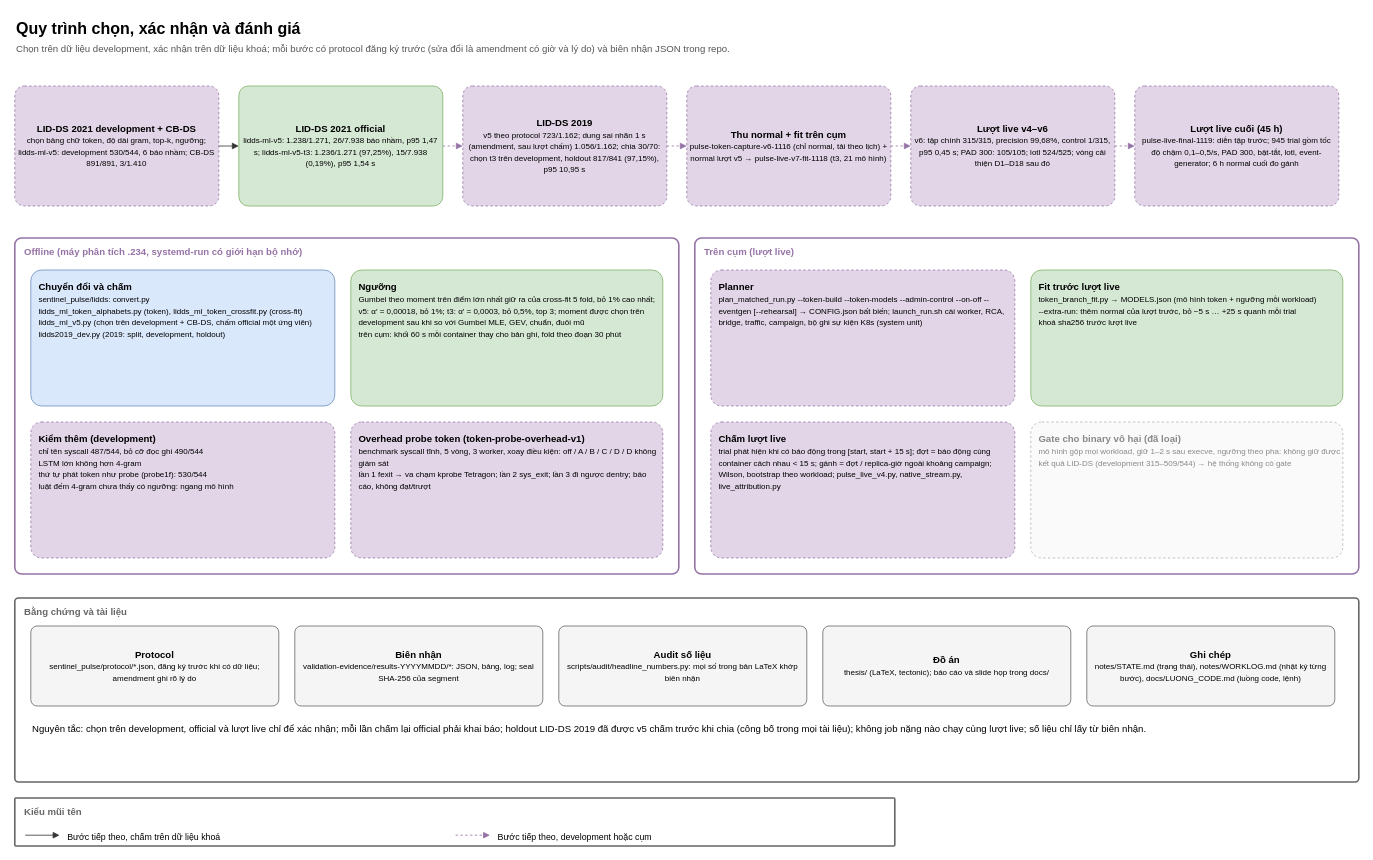
Above: page "5. Học và đánh giá" (5 of 5) of docs/architecture/sentinel-pulse-architecture.drawio in tndat-dev/eBPF-project (draw.io), before the change. Source tidied: cells renumbered, new cells numbered last; positions are measured from the earlier drawing's top-left corner, leaving out a move shared by most shapes. Both pictures are drawn from the tidied source at 80%, with x=0, y=0 at pixel (14, 14).
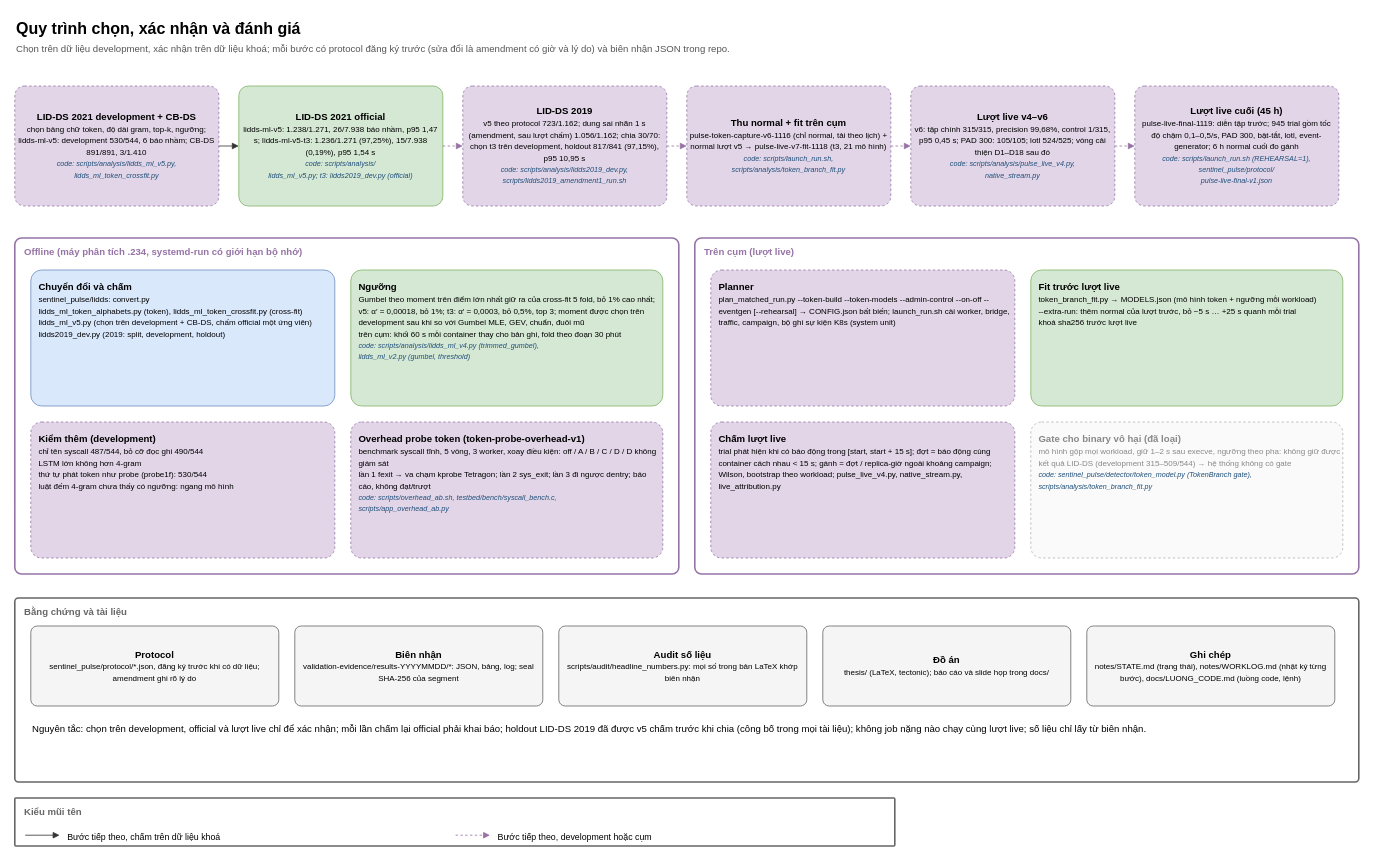
The same page after the edit.

What changed in the source:
```diff
@@
-    <mxCell id="4" value="&lt;b&gt;LID-DS 2021 development + CB-DS&lt;/b&gt;&lt;br&gt;&lt;font style=&quot;font-size:10px&quot;&gt;chọn bảng chữ token, độ dài gram, top-k, ngưỡng; lidds-ml-v5: development 530/544, 6 báo nhầm; CB-DS 891/891, 3/1.410&lt;/font&gt;" style="rounded=1;whiteSpace=wrap;html=1;fillColor=#E1D5E7;strokeColor=#9673A6;dashed=1;arcSize=8;fontSize=12;align=center;spacing=4;" parent="1" vertex="1">
+    <mxCell id="4" value="&lt;b&gt;LID-DS 2021 development + CB-DS&lt;/b&gt;&lt;br&gt;&lt;font style=&quot;font-size:10px&quot;&gt;chọn bảng chữ token, độ dài gram, top-k, ngưỡng; lidds-ml-v5: development 530/544, 6 báo nhầm; CB-DS 891/891, 3/1.410&lt;/font&gt;&lt;br&gt;&lt;font style=&quot;font-size:9px&quot; color=&quot;#1F4E79&quot;&gt;&lt;i&gt;code: scripts/analysis/lidds_ml_v5.py,&lt;br&gt;lidds_ml_token_crossfit.py&lt;/i&gt;&lt;/font&gt;" style="rounded=1;whiteSpace=wrap;html=1;fillColor=#E1D5E7;strokeColor=#9673A6;dashed=1;arcSize=8;fontSize=12;align=center;spacing=4;" parent="1" vertex="1">
       <mxGeometry y="90" width="255" height="150" as="geometry" />
     </mxCell>
-    <mxCell id="5" value="&lt;b&gt;LID-DS 2021 official&lt;/b&gt;&lt;br&gt;&lt;font style=&quot;font-size:10px&quot;&gt;lidds-ml-v5: 1.238/1.271, 26/7.938 báo nhầm, p95 1,47 s; lidds-ml-v5-t3: 1.236/1.271 (97,25%), 15/7.938 (0,19%), p95 1,54 s&lt;/font&gt;" style="rounded=1;whiteSpace=wrap;html=1;fillColor=#D5E8D4;strokeColor=#82B366;arcSize=8;fontSize=12;align=center;spacing=4;" parent="1" vertex="1">
+    <mxCell id="5" value="&lt;b&gt;LID-DS 2021 official&lt;/b&gt;&lt;br&gt;&lt;font style=&quot;font-size:10px&quot;&gt;lidds-ml-v5: 1.238/1.271, 26/7.938 báo nhầm, p95 1,47 s; lidds-ml-v5-t3: 1.236/1.271 (97,25%), 15/7.938 (0,19%), p95 1,54 s&lt;/font&gt;&lt;br&gt;&lt;font style=&quot;font-size:9px&quot; color=&quot;#1F4E79&quot;&gt;&lt;i&gt;code: scripts/analysis/&lt;br&gt;lidds_ml_v5.py; t3: lidds2019_dev.py (official)&lt;/i&gt;&lt;/font&gt;" style="rounded=1;whiteSpace=wrap;html=1;fillColor=#D5E8D4;strokeColor=#82B366;arcSize=8;fontSize=12;align=center;spacing=4;" parent="1" vertex="1">
       <mxGeometry x="280" y="90" width="255" height="150" as="geometry" />
     </mxCell>
@@
-    <mxCell id="7" value="&lt;b&gt;LID-DS 2019&lt;/b&gt;&lt;br&gt;&lt;font style=&quot;font-size:10px&quot;&gt;v5 theo protocol 723/1.162; dung sai nhãn 1 s (amendment, sau lượt chấm) 1.056/1.162; chia 30/70: chọn t3 trên development, holdout 817/841 (97,15%), p95 10,95 s&lt;/font&gt;" style="rounded=1;whiteSpace=wrap;html=1;fillColor=#E1D5E7;strokeColor=#9673A6;dashed=1;arcSize=8;fontSize=12;align=center;spacing=4;" parent="1" vertex="1">
+    <mxCell id="7" value="&lt;b&gt;LID-DS 2019&lt;/b&gt;&lt;br&gt;&lt;font style=&quot;font-size:10px&quot;&gt;v5 theo protocol 723/1.162; dung sai nhãn 1 s (amendment, sau lượt chấm) 1.056/1.162; chia 30/70: chọn t3 trên development, holdout 817/841 (97,15%), p95 10,95 s&lt;/font&gt;&lt;br&gt;&lt;font style=&quot;font-size:9px&quot; color=&quot;#1F4E79&quot;&gt;&lt;i&gt;code: scripts/analysis/lidds2019_dev.py,&lt;br&gt;scripts/lidds2019_amendment1_run.sh&lt;/i&gt;&lt;/font&gt;" style="rounded=1;whiteSpace=wrap;html=1;fillColor=#E1D5E7;strokeColor=#9673A6;dashed=1;arcSize=8;fontSize=12;align=center;spacing=4;" parent="1" vertex="1">
       <mxGeometry x="560" y="90" width="255" height="150" as="geometry" />
     </mxCell>
@@
-    <mxCell id="9" value="&lt;b&gt;Thu normal + fit trên cụm&lt;/b&gt;&lt;br&gt;&lt;font style=&quot;font-size:10px&quot;&gt;pulse-token-capture-v6-1116 (chỉ normal, tải theo lịch) + normal lượt v5 → pulse-live-v7-fit-1118 (t3, 21 mô hình)&lt;/font&gt;" style="rounded=1;whiteSpace=wrap;html=1;fillColor=#E1D5E7;strokeColor=#9673A6;dashed=1;arcSize=8;fontSize=12;align=center;spacing=4;" parent="1" vertex="1">
+    <mxCell id="9" value="&lt;b&gt;Thu normal + fit trên cụm&lt;/b&gt;&lt;br&gt;&lt;font style=&quot;font-size:10px&quot;&gt;pulse-token-capture-v6-1116 (chỉ normal, tải theo lịch) + normal lượt v5 → pulse-live-v7-fit-1118 (t3, 21 mô hình)&lt;/font&gt;&lt;br&gt;&lt;font style=&quot;font-size:9px&quot; color=&quot;#1F4E79&quot;&gt;&lt;i&gt;code: scripts/launch_run.sh,&lt;br&gt;scripts/analysis/token_branch_fit.py&lt;/i&gt;&lt;/font&gt;" style="rounded=1;whiteSpace=wrap;html=1;fillColor=#E1D5E7;strokeColor=#9673A6;dashed=1;arcSize=8;fontSize=12;align=center;spacing=4;" parent="1" vertex="1">
       <mxGeometry x="840" y="90" width="255" height="150" as="geometry" />
     </mxCell>
@@
-    <mxCell id="11" value="&lt;b&gt;Lượt live v4–v6&lt;/b&gt;&lt;br&gt;&lt;font style=&quot;font-size:10px&quot;&gt;v6: tập chính 315/315, precision 99,68%, control 1/315, p95 0,45 s; PAD 300: 105/105; lotl 524/525; vòng cải thiện D1–D18 sau đó&lt;/font&gt;" style="rounded=1;whiteSpace=wrap;html=1;fillColor=#E1D5E7;strokeColor=#9673A6;dashed=1;arcSize=8;fontSize=12;align=center;spacing=4;" parent="1" vertex="1">
+    <mxCell id="11" value="&lt;b&gt;Lượt live v4–v6&lt;/b&gt;&lt;br&gt;&lt;font style=&quot;font-size:10px&quot;&gt;v6: tập chính 315/315, precision 99,68%, control 1/315, p95 0,45 s; PAD 300: 105/105; lotl 524/525; vòng cải thiện D1–D18 sau đó&lt;/font&gt;&lt;br&gt;&lt;font style=&quot;font-size:9px&quot; color=&quot;#1F4E79&quot;&gt;&lt;i&gt;code: scripts/analysis/pulse_live_v4.py,&lt;br&gt;native_stream.py&lt;/i&gt;&lt;/font&gt;" style="rounded=1;whiteSpace=wrap;html=1;fillColor=#E1D5E7;strokeColor=#9673A6;dashed=1;arcSize=8;fontSize=12;align=center;spacing=4;" parent="1" vertex="1">
       <mxGeometry x="1120" y="90" width="255" height="150" as="geometry" />
     </mxCell>
@@
-    <mxCell id="13" value="&lt;b&gt;Lượt live cuối (45 h)&lt;/b&gt;&lt;br&gt;&lt;font style=&quot;font-size:10px&quot;&gt;pulse-live-final-1119: diễn tập trước; 945 trial gồm tốc độ chậm 0,1–0,5/s, PAD 300, bật-tắt, lotl, event-generator; 6 h normal cuối đo gánh&lt;/font&gt;" style="rounded=1;whiteSpace=wrap;html=1;fillColor=#E1D5E7;strokeColor=#9673A6;dashed=1;arcSize=8;fontSize=12;align=center;spacing=4;" parent="1" vertex="1">
+    <mxCell id="13" value="&lt;b&gt;Lượt live cuối (45 h)&lt;/b&gt;&lt;br&gt;&lt;font style=&quot;font-size:10px&quot;&gt;pulse-live-final-1119: diễn tập trước; 945 trial gồm tốc độ chậm 0,1–0,5/s, PAD 300, bật-tắt, lotl, event-generator; 6 h normal cuối đo gánh&lt;/font&gt;&lt;br&gt;&lt;font style=&quot;font-size:9px&quot; color=&quot;#1F4E79&quot;&gt;&lt;i&gt;code: scripts/launch_run.sh (REHEARSAL=1),&lt;br&gt;sentinel_pulse/protocol/&lt;br&gt;pulse-live-final-v1.json&lt;/i&gt;&lt;/font&gt;" style="rounded=1;whiteSpace=wrap;html=1;fillColor=#E1D5E7;strokeColor=#9673A6;dashed=1;arcSize=8;fontSize=12;align=center;spacing=4;" parent="1" vertex="1">
       <mxGeometry x="1400" y="90" width="255" height="150" as="geometry" />
     </mxCell>
@@
-    <mxCell id="17" value="&lt;b&gt;Ngưỡng&lt;/b&gt;&lt;br&gt;&lt;font style=&quot;font-size:10px&quot;&gt;Gumbel theo moment trên điểm lớn nhất giữ ra của cross-fit 5 fold, bỏ 1% cao nhất; v5: α′ = 0,00018, bỏ 1%; t3: α′ = 0,0003, bỏ 0,5%, top 3; moment được chọn trên development sau khi so với Gumbel MLE, GEV, chuẩn, đuôi mũ&lt;br&gt;trên cụm: khối 60 s mỗi container thay cho bản ghi, fold theo đoạn 30 phút&lt;/font&gt;" style="rounded=1;whiteSpace=wrap;html=1;fillColor=#D5E8D4;strokeColor=#82B366;arcSize=8;fontSize=12;align=left;spacing=4;verticalAlign=top;spacingTop=6;spacingLeft=6;" parent="1" vertex="1">
+    <mxCell id="17" value="&lt;b&gt;Ngưỡng&lt;/b&gt;&lt;br&gt;&lt;font style=&quot;font-size:10px&quot;&gt;Gumbel theo moment trên điểm lớn nhất giữ ra của cross-fit 5 fold, bỏ 1% cao nhất; v5: α′ = 0,00018, bỏ 1%; t3: α′ = 0,0003, bỏ 0,5%, top 3; moment được chọn trên development sau khi so với Gumbel MLE, GEV, chuẩn, đuôi mũ&lt;br&gt;trên cụm: khối 60 s mỗi container thay cho bản ghi, fold theo đoạn 30 phút&lt;/font&gt;&lt;br&gt;&lt;font style=&quot;font-size:9px&quot; color=&quot;#1F4E79&quot;&gt;&lt;i&gt;code: scripts/analysis/lidds_ml_v4.py (trimmed_gumbel),&lt;br&gt;lidds_ml_v2.py (gumbel, threshold)&lt;/i&gt;&lt;/font&gt;" style="rounded=1;whiteSpace=wrap;html=1;fillColor=#D5E8D4;strokeColor=#82B366;arcSize=8;fontSize=12;align=left;spacing=4;verticalAlign=top;spacingTop=6;spacingLeft=6;" parent="1" vertex="1">
       <mxGeometry x="420" y="320" width="390" height="170" as="geometry" />
     </mxCell>
@@
-    <mxCell id="19" value="&lt;b&gt;Overhead probe token (token-probe-overhead-v1)&lt;/b&gt;&lt;br&gt;&lt;font style=&quot;font-size:10px&quot;&gt;benchmark syscall tĩnh, 5 vòng, 3 worker, xoay điều kiện: off / A / B / C / D / D không giám sát&lt;br&gt;lần 1 fexit → va chạm kprobe Tetragon; lần 2 sys_exit; lần 3 đi ngược dentry; báo cáo, không đạt/trượt&lt;/font&gt;" style="rounded=1;whiteSpace=wrap;html=1;fillColor=#E1D5E7;strokeColor=#9673A6;dashed=1;arcSize=8;fontSize=12;align=left;spacing=4;verticalAlign=top;spacingTop=6;spacingLeft=6;" parent="1" vertex="1">
+    <mxCell id="19" value="&lt;b&gt;Overhead probe token (token-probe-overhead-v1)&lt;/b&gt;&lt;br&gt;&lt;font style=&quot;font-size:10px&quot;&gt;benchmark syscall tĩnh, 5 vòng, 3 worker, xoay điều kiện: off / A / B / C / D / D không giám sát&lt;br&gt;lần 1 fexit → va chạm kprobe Tetragon; lần 2 sys_exit; lần 3 đi ngược dentry; báo cáo, không đạt/trượt&lt;/font&gt;&lt;br&gt;&lt;font style=&quot;font-size:9px&quot; color=&quot;#1F4E79&quot;&gt;&lt;i&gt;code: scripts/overhead_ab.sh, testbed/bench/syscall_bench.c,&lt;br&gt;scripts/app_overhead_ab.py&lt;/i&gt;&lt;/font&gt;" style="rounded=1;whiteSpace=wrap;html=1;fillColor=#E1D5E7;strokeColor=#9673A6;dashed=1;arcSize=8;fontSize=12;align=left;spacing=4;verticalAlign=top;spacingTop=6;spacingLeft=6;" parent="1" vertex="1">
       <mxGeometry x="420" y="510" width="390" height="170" as="geometry" />
     </mxCell>
@@
-    <mxCell id="21" value="&lt;b&gt;Planner&lt;/b&gt;&lt;br&gt;&lt;font style=&quot;font-size:10px&quot;&gt;plan_matched_run.py --token-build --token-models --admin-control --on-off --eventgen [--rehearsal] → CONFIG.json bất biến; launch_run.sh cài worker, RCA, bridge, traffic, campaign, bộ ghi sự kiện K8s (system unit)&lt;/font&gt;" style="rounded=1;whiteSpace=wrap;html=1;fillColor=#E1D5E7;strokeColor=#9673A6;dashed=1;arcSize=8;fontSize=12;align=left;spacing=4;verticalAlign=top;spacingTop=6;spacingLeft=6;" parent="1" vertex="1">
+    <mxCell id="21" value="&lt;b&gt;Planner&lt;/b&gt;&lt;br&gt;&lt;font style=&quot;font-size:10px&quot;&gt;plan_matched_run.py --token-build --token-models --admin-control --on-off --eventgen [--rehearsal] → CONFIG.json bất biến; launch_run.sh cài worker, bridge, traffic, campaign, bộ ghi sự kiện K8s (system unit)&lt;/font&gt;" style="rounded=1;whiteSpace=wrap;html=1;fillColor=#E1D5E7;strokeColor=#9673A6;dashed=1;arcSize=8;fontSize=12;align=left;spacing=4;verticalAlign=top;spacingTop=6;spacingLeft=6;" parent="1" vertex="1">
       <mxGeometry x="870" y="320" width="380" height="170" as="geometry" />
     </mxCell>
@@
-    <mxCell id="24" value="&lt;b&gt;Gate cho binary vô hại (đã loại)&lt;/b&gt;&lt;br&gt;&lt;font style=&quot;font-size:10px&quot;&gt;mô hình gộp mọi workload, giữ 1–2 s sau execve, ngưỡng theo pha: không giữ được kết quả LID-DS (development 315–509/544) → hệ thống không có gate&lt;/font&gt;" style="rounded=1;whiteSpace=wrap;html=1;fillColor=#FAFAFA;strokeColor=#B3B3B3;dashed=1;fontColor=#888888;arcSize=8;fontSize=12;align=left;spacing=4;verticalAlign=top;spacingTop=6;spacingLeft=6;" parent="1" vertex="1">
+    <mxCell id="24" value="&lt;b&gt;Gate cho binary vô hại (đã loại)&lt;/b&gt;&lt;br&gt;&lt;font style=&quot;font-size:10px&quot;&gt;mô hình gộp mọi workload, giữ 1–2 s sau execve, ngưỡng theo pha: không giữ được kết quả LID-DS (development 315–509/544) → hệ thống không có gate&lt;/font&gt;&lt;br&gt;&lt;font style=&quot;font-size:9px&quot; color=&quot;#1F4E79&quot;&gt;&lt;i&gt;code: sentinel_pulse/detector/token_model.py (TokenBranch gate),&lt;br&gt;scripts/analysis/token_branch_fit.py&lt;/i&gt;&lt;/font&gt;" style="rounded=1;whiteSpace=wrap;html=1;fillColor=#FAFAFA;strokeColor=#B3B3B3;dashed=1;fontColor=#888888;arcSize=8;fontSize=12;align=left;spacing=4;verticalAlign=top;spacingTop=6;spacingLeft=6;" parent="1" vertex="1">
       <mxGeometry x="1270" y="510" width="390" height="170" as="geometry" />
     </mxCell>
```
